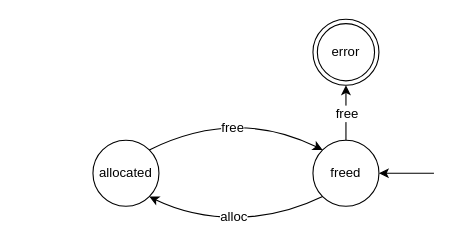
Above: background/figures/double-free.drawio in andersfischernielsen/Finding-Resource-Manipulation-Bugs-with-Monitor-Automata-on-the-Example-of-the-Linux-Kernel (draw.io), before the change. Source tidied: cells renumbered, new cells numbered last; positions are measured from the earlier drawing's top-left corner, leaving out a move shared by most shapes. Both pictures are drawn from the tidied source at 110%, with x=0, y=0 at pixel (92, 19).
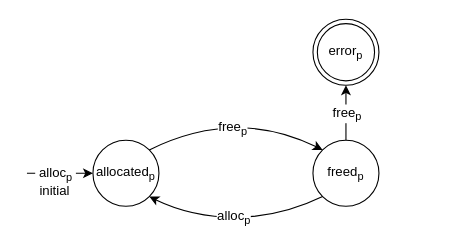
After the change.

Diff of the diagram source:
```diff
@@
 <mxGraphModel>
   <root>
     <mxCell id="0" />
     <mxCell id="1" parent="0" />
-    <mxCell id="2" value="allocated" style="ellipse;whiteSpace=wrap;html=1;" parent="1" vertex="1">
+    <mxCell id="2" value="allocated&lt;sub&gt;p&lt;/sub&gt;" style="ellipse;whiteSpace=wrap;html=1;" parent="1" vertex="1">
       <mxGeometry y="110" width="60" height="60" as="geometry" />
     </mxCell>
-    <mxCell id="3" style="endArrow=classic;html=1;entryX=1;entryY=0.5;entryDx=0;entryDy=0;" parent="1" edge="1" target="6">
-      <mxGeometry relative="1" as="geometry">
-        <mxPoint x="310" y="140" as="sourcePoint" />
-      </mxGeometry>
-    </mxCell>
     <mxCell id="4" style="endArrow=classic;html=1;exitX=0.5;exitY=0;exitDx=0;exitDy=0;" parent="1" edge="1" source="6">
       <mxGeometry relative="1" as="geometry">
         <mxPoint x="230" y="60" as="targetPoint" />
       </mxGeometry>
     </mxCell>
-    <mxCell id="5" value="free" style="text;html=1;align=center;verticalAlign=middle;labelBackgroundColor=#ffffff;" parent="4" vertex="1">
+    <mxCell id="5" value="free&lt;sub&gt;p&lt;/sub&gt;" style="text;html=1;align=center;verticalAlign=middle;labelBackgroundColor=#ffffff;" parent="4" vertex="1">
       <mxGeometry x="0.48" y="-2" relative="1" as="geometry">
         <mxPoint x="-2" y="12" as="offset" />
       </mxGeometry>
     </mxCell>
-    <mxCell id="6" value="freed" style="ellipse;whiteSpace=wrap;html=1;" parent="1" vertex="1">
+    <mxCell id="6" value="freed&lt;sub&gt;p&lt;/sub&gt;" style="ellipse;whiteSpace=wrap;html=1;" parent="1" vertex="1">
       <mxGeometry x="200" y="110" width="60" height="60" as="geometry" />
     </mxCell>
     <mxCell id="7" style="curved=1;endArrow=classic;html=1;exitX=1;exitY=0;exitDx=0;exitDy=0;entryX=0;entryY=0;entryDx=0;entryDy=0;" parent="1" edge="1" source="2" target="6">
       <mxGeometry relative="1" as="geometry">
         <Array as="points">
           <mxPoint x="130" y="80" />
         </Array>
       </mxGeometry>
     </mxCell>
-    <mxCell id="8" value="&lt;div&gt;free&lt;/div&gt;" style="text;html=1;align=center;verticalAlign=middle;labelBackgroundColor=#ffffff;" parent="7" vertex="1">
+    <mxCell id="8" value="&lt;div&gt;free&lt;sub&gt;p&lt;/sub&gt;&lt;/div&gt;" style="text;html=1;align=center;verticalAlign=middle;labelBackgroundColor=#ffffff;" parent="7" vertex="1">
       <mxGeometry x="-0.14" y="-15" relative="1" as="geometry" />
     </mxCell>
     <mxCell id="9" style="curved=1;endArrow=classic;html=1;entryX=1;entryY=1;entryDx=0;entryDy=0;exitX=0;exitY=1;exitDx=0;exitDy=0;" parent="1" edge="1" source="6" target="2">
       <mxGeometry relative="1" as="geometry">
         <Array as="points">
           <mxPoint x="170" y="180" />
           <mxPoint x="90" y="180" />
         </Array>
       </mxGeometry>
     </mxCell>
-    <mxCell id="10" value="alloc" style="text;html=1;align=center;verticalAlign=middle;labelBackgroundColor=#ffffff;" parent="9" vertex="1">
+    <mxCell id="10" value="alloc&lt;sub&gt;p&lt;/sub&gt;" style="text;html=1;align=center;verticalAlign=middle;labelBackgroundColor=#ffffff;" parent="9" vertex="1">
       <mxGeometry x="0.04" y="-1" relative="1" as="geometry" />
     </mxCell>
-    <mxCell id="11" value="error" style="ellipse;shape=doubleEllipse;whiteSpace=wrap;html=1;" parent="1" vertex="1">
+    <mxCell id="11" value="error&lt;sub&gt;p&lt;/sub&gt;" style="ellipse;shape=doubleEllipse;whiteSpace=wrap;html=1;" parent="1" vertex="1">
       <mxGeometry x="200" width="60" height="60" as="geometry" />
     </mxCell>
+    <mxCell id="12" style="endArrow=classic;html=1;entryX=0;entryY=0.5;entryDx=0;entryDy=0;exitX=1;exitY=0.5;exitDx=0;exitDy=0;" parent="1" edge="1" target="2">
+      <mxGeometry relative="1" as="geometry">
+        <mxPoint x="-60" y="140" as="sourcePoint" />
+      </mxGeometry>
+    </mxCell>
+    <mxCell id="13" value="initial" style="text;html=1;align=center;verticalAlign=top;labelBackgroundColor=#ffffff;" parent="12" vertex="1">
+      <mxGeometry x="-0.08" y="1" relative="1" as="geometry">
+        <mxPoint x="-3.6" y="3" as="offset" />
+      </mxGeometry>
+    </mxCell>
+    <mxCell id="14" value="&amp;nbsp;alloc&lt;sub&gt;p&lt;/sub&gt;&amp;nbsp;" style="text;html=1;align=center;verticalAlign=middle;labelBackgroundColor=#ffffff;" parent="12" vertex="1">
+      <mxGeometry x="-0.17" relative="1" as="geometry" />
+    </mxCell>
   </root>
 </mxGraphModel>
```
